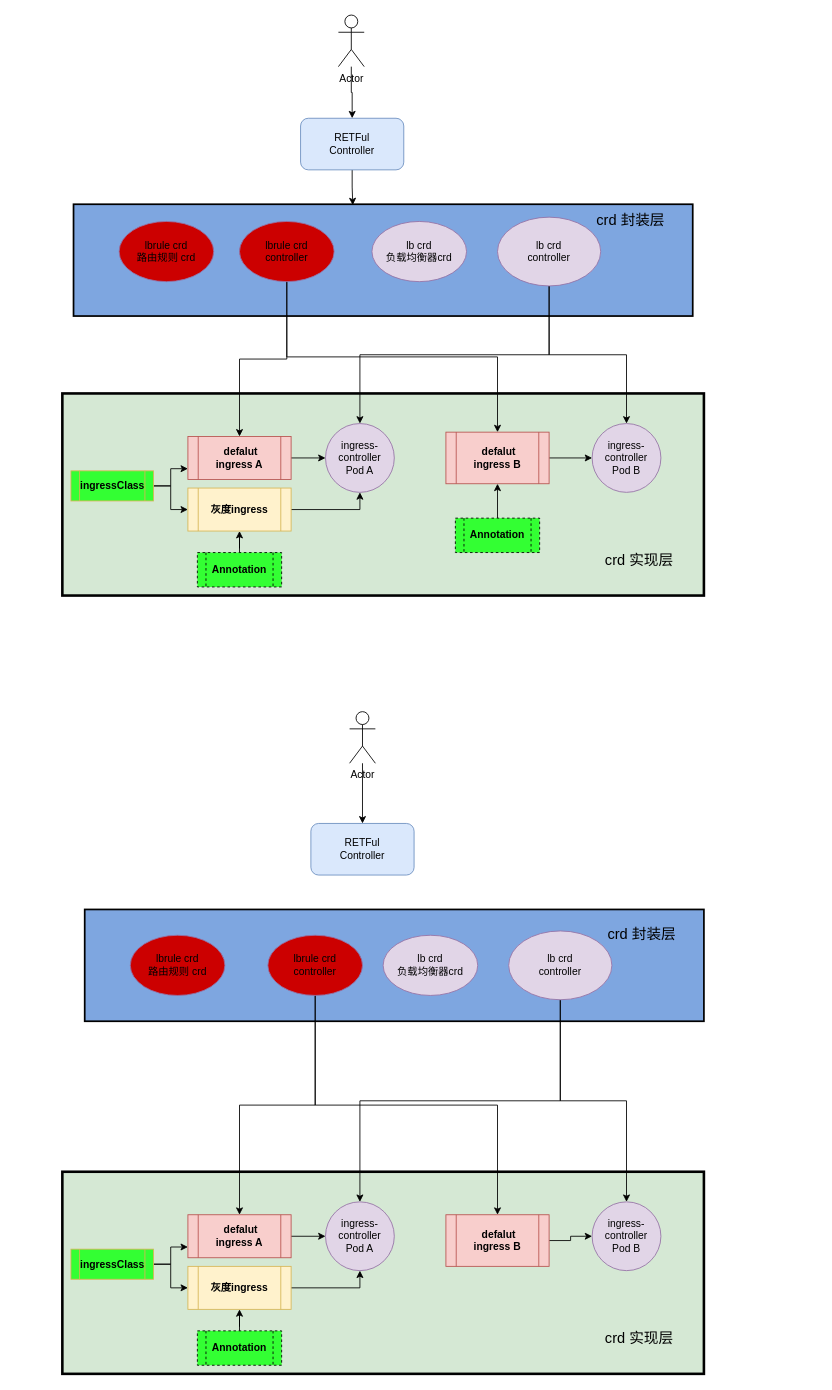
chenguoquan1024/kubespray keeps this draw.io diagram as 灰度设计架构图.drawio. Above is the earlier version. Source tidied: cells renumbered, new cells numbered last; positions are measured from the earlier drawing's top-left corner, leaving out a move shared by most shapes. Both pictures are drawn from the tidied source at 86%, with x=0, y=0 at pixel (62, 15).
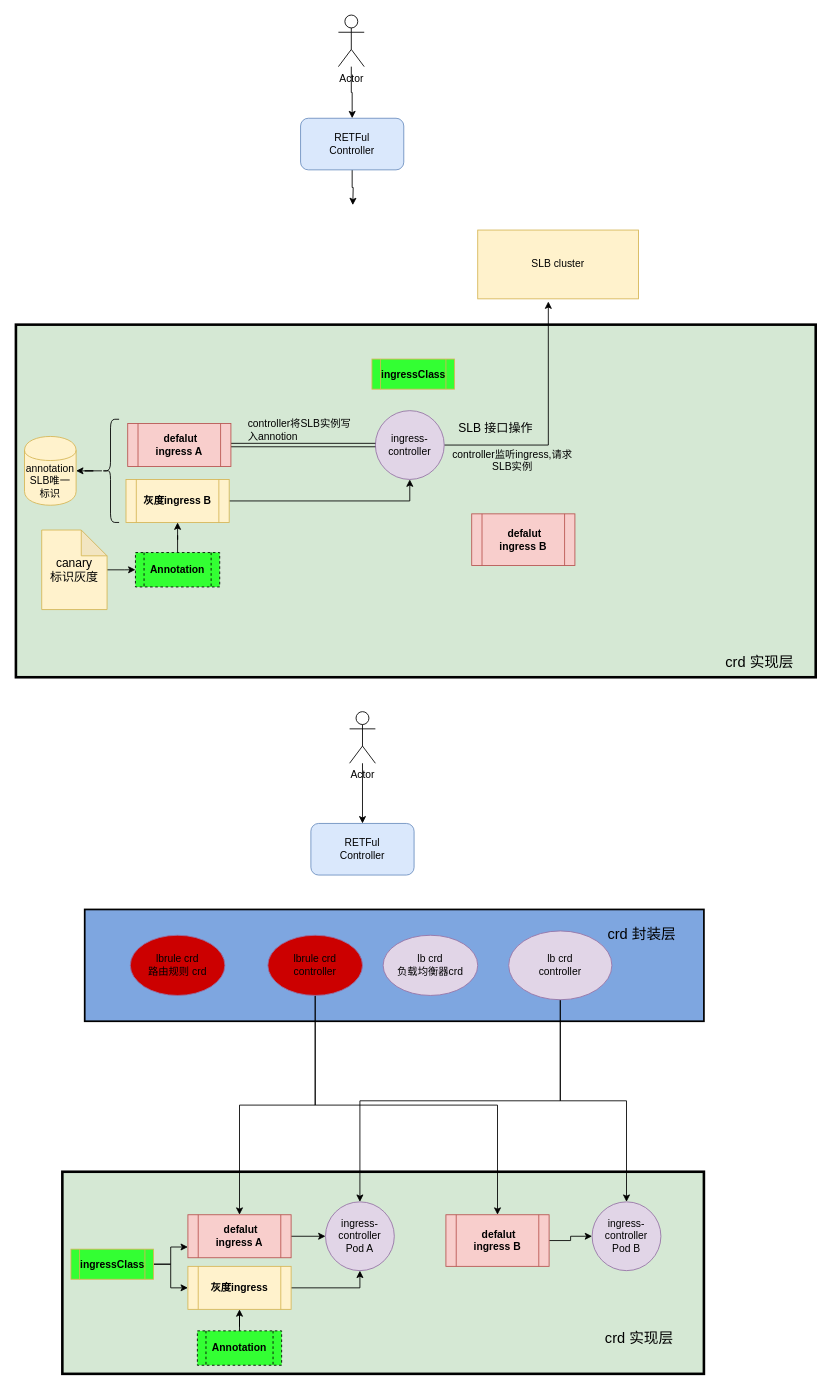
After the change.

Commit message:
Update 灰度设计架构图.drawio

The change refers to these unchanged cells:
```xml
<mxCell id="5" value="RETFul&lt;br&gt;Controller" style="rounded=1;whiteSpace=wrap;html=1;fillColor=#dae8fc;strokeColor=#6c8ebf;" parent="1" vertex="1">
  <mxGeometry x="277" y="120" width="120" height="60" as="geometry" />
</mxCell>
```

What changed in the source:
```diff
@@
     <mxCell id="2" style="rounded=0;whiteSpace=wrap;html=1;fillColor=#D5E8D4;strokeWidth=3;" parent="1" vertex="1">
-      <mxGeometry y="440" width="746" height="235" as="geometry" />
+      <mxGeometry x="-54" y="360" width="930" height="410" as="geometry" />
     </mxCell>
-    <mxCell id="3" style="rounded=0;whiteSpace=wrap;html=1;fillColor=#7EA6E0;strokeWidth=2;" parent="1" vertex="1">
-      <mxGeometry x="13" y="220" width="720" height="130" as="geometry" />
-    </mxCell>
-    <mxCell id="4" style="edgeStyle=orthogonalEdgeStyle;rounded=0;jettySize=auto;html=1;exitX=0.5;exitY=1;exitDx=0;exitDy=0;entryX=0.451;entryY=0.008;entryDx=0;entryDy=0;entryPerimeter=0;" parent="1" edge="1" source="5" target="3">
-      <mxGeometry relative="1" as="geometry" />
+    <mxCell id="4" style="edgeStyle=orthogonalEdgeStyle;rounded=0;jettySize=auto;html=1;exitX=0.5;exitY=1;exitDx=0;exitDy=0;entryX=0.451;entryY=0.008;entryDx=0;entryDy=0;entryPerimeter=0;" parent="1" edge="1" source="5">
+      <mxGeometry relative="1" as="geometry">
+        <mxPoint x="337.7" y="221" as="targetPoint" />
+      </mxGeometry>
     </mxCell>
@@
+    <mxCell id="61" style="edgeStyle=orthogonalEdgeStyle;rounded=0;jettySize=auto;html=1;exitX=1;exitY=0.5;exitDx=0;exitDy=0;entryX=0.439;entryY=1.038;entryDx=0;entryDy=0;entryPerimeter=0;" parent="1" edge="1" source="6" target="62">
+      <mxGeometry relative="1" as="geometry" />
+    </mxCell>
-    <mxCell id="6" value="ingress-controller&lt;br&gt;Pod A" style="ellipse;whiteSpace=wrap;html=1;fillColor=#e1d5e7;strokeColor=#9673a6;" parent="1" vertex="1">
-      <mxGeometry x="306" y="475" width="80" height="80" as="geometry" />
+    <mxCell id="6" value="ingress-controller" style="ellipse;whiteSpace=wrap;html=1;fillColor=#e1d5e7;strokeColor=#9673a6;" parent="1" vertex="1">
+      <mxGeometry x="364" y="460" width="80" height="80" as="geometry" />
     </mxCell>
-    <mxCell id="7" style="edgeStyle=orthogonalEdgeStyle;rounded=0;jettySize=auto;html=1;" parent="1" edge="1" source="8" target="6">
+    <mxCell id="7" style="edgeStyle=orthogonalEdgeStyle;rounded=0;jettySize=auto;html=1;shape=link;" parent="1" edge="1" source="8" target="6">
       <mxGeometry relative="1" as="geometry" />
     </mxCell>
     <mxCell id="8" value="&lt;b&gt;&amp;nbsp;defalut&lt;br&gt;ingress A&lt;/b&gt;" style="shape=process;whiteSpace=wrap;html=1;backgroundOutline=1;fillColor=#f8cecc;strokeColor=#b85450;" parent="1" vertex="1">
-      <mxGeometry x="146" y="490" width="120" height="50" as="geometry" />
+      <mxGeometry x="76" y="475" width="120" height="50" as="geometry" />
     </mxCell>
@@
-    <mxCell id="10" value="&lt;b&gt;灰度ingress&lt;/b&gt;" style="shape=process;whiteSpace=wrap;html=1;backgroundOutline=1;fillColor=#fff2cc;strokeColor=#d6b656;" parent="1" vertex="1">
-      <mxGeometry x="146" y="550" width="120" height="50" as="geometry" />
+    <mxCell id="10" value="&lt;b&gt;灰度ingress B&lt;/b&gt;" style="shape=process;whiteSpace=wrap;html=1;backgroundOutline=1;fillColor=#fff2cc;strokeColor=#d6b656;" parent="1" vertex="1">
+      <mxGeometry x="74" y="540" width="120" height="50" as="geometry" />
     </mxCell>
-    <mxCell id="11" value="lb crd&lt;br&gt;负载均衡器crd" style="ellipse;whiteSpace=wrap;html=1;fillColor=#e1d5e7;strokeColor=#9673a6;" parent="1" vertex="1">
-      <mxGeometry x="360" y="240" width="110" height="70" as="geometry" />
-    </mxCell>
@@
-    <mxCell id="14" value="ingress-controller&lt;br&gt;Pod B" style="ellipse;whiteSpace=wrap;html=1;fillColor=#e1d5e7;strokeColor=#9673a6;" parent="1" vertex="1">
-      <mxGeometry x="616" y="475" width="80" height="80" as="geometry" />
-    </mxCell>
-    <mxCell id="15" style="edgeStyle=orthogonalEdgeStyle;rounded=0;jettySize=auto;html=1;" parent="1" edge="1" source="16" target="14">
-      <mxGeometry relative="1" as="geometry" />
-    </mxCell>
     <mxCell id="16" value="&lt;b&gt;&amp;nbsp;defalut&lt;br&gt;ingress B&lt;/b&gt;" style="shape=process;whiteSpace=wrap;html=1;backgroundOutline=1;fillColor=#f8cecc;strokeColor=#b85450;" parent="1" vertex="1">
-      <mxGeometry x="446" y="485" width="120" height="60" as="geometry" />
+      <mxGeometry x="476" y="580" width="120" height="60" as="geometry" />
     </mxCell>
-    <mxCell id="17" value="&lt;font style=&quot;font-size: 17px&quot;&gt;crd 封装层&lt;/font&gt;" style="text;html=1;strokeColor=none;fillColor=none;align=center;verticalAlign=middle;whiteSpace=wrap;rounded=0;" parent="1" vertex="1">
-      <mxGeometry x="606" y="230" width="110" height="20" as="geometry" />
-    </mxCell>
     <mxCell id="18" value="&lt;font style=&quot;font-size: 17px&quot;&gt;crd 实现层&lt;/font&gt;" style="text;html=1;strokeColor=none;fillColor=none;align=center;verticalAlign=middle;whiteSpace=wrap;rounded=0;" parent="1" vertex="1">
-      <mxGeometry x="611" y="625" width="120" height="20" as="geometry" />
+      <mxGeometry x="746" y="740" width="130" height="25" as="geometry" />
     </mxCell>
-    <mxCell id="19" style="edgeStyle=orthogonalEdgeStyle;rounded=0;jettySize=auto;html=1;exitX=1;exitY=0.5;exitDx=0;exitDy=0;entryX=0;entryY=0.75;entryDx=0;entryDy=0;" parent="1" edge="1" source="21" target="8">
-      <mxGeometry relative="1" as="geometry" />
-    </mxCell>
-    <mxCell id="20" style="edgeStyle=orthogonalEdgeStyle;rounded=0;jettySize=auto;html=1;" parent="1" edge="1" source="21" target="10">
-      <mxGeometry relative="1" as="geometry" />
-    </mxCell>
-    <mxCell id="21" value="&lt;b&gt;ingressClass&lt;/b&gt;" style="shape=process;whiteSpace=wrap;html=1;backgroundOutline=1;strokeColor=#d6b656;fillColor=#33FF33;" parent="1" vertex="1">
-      <mxGeometry x="10" y="530" width="96" height="35" as="geometry" />
-    </mxCell>
@@
     <mxCell id="23" value="&lt;b&gt;Annotation&lt;/b&gt;" style="shape=process;whiteSpace=wrap;html=1;backgroundOutline=1;fillColor=#33FF33;dashed=1;" parent="1" vertex="1">
-      <mxGeometry x="157" y="625" width="98" height="40" as="geometry" />
+      <mxGeometry x="85" y="625" width="98" height="40" as="geometry" />
     </mxCell>
-    <mxCell id="24" style="edgeStyle=orthogonalEdgeStyle;rounded=0;jettySize=auto;html=1;exitX=0.5;exitY=1;exitDx=0;exitDy=0;" parent="1" edge="1" source="26" target="14">
-      <mxGeometry relative="1" as="geometry" />
-    </mxCell>
-    <mxCell id="25" style="edgeStyle=orthogonalEdgeStyle;rounded=0;jettySize=auto;html=1;exitX=0.5;exitY=1;exitDx=0;exitDy=0;" parent="1" edge="1" source="26" target="6">
-      <mxGeometry relative="1" as="geometry" />
-    </mxCell>
-    <mxCell id="26" value="lb crd&lt;br&gt;controller" style="ellipse;whiteSpace=wrap;html=1;fillColor=#e1d5e7;strokeColor=#9673a6;" parent="1" vertex="1">
-      <mxGeometry x="506" y="235" width="120" height="80" as="geometry" />
-    </mxCell>
-    <mxCell id="27" style="edgeStyle=orthogonalEdgeStyle;rounded=0;jettySize=auto;html=1;exitX=0.5;exitY=1;exitDx=0;exitDy=0;" parent="1" edge="1" source="30" target="8">
-      <mxGeometry relative="1" as="geometry" />
-    </mxCell>
-    <mxCell id="28" style="edgeStyle=orthogonalEdgeStyle;rounded=0;jettySize=auto;html=1;exitX=0.5;exitY=1;exitDx=0;exitDy=0;" parent="1" edge="1" source="30" target="16">
-      <mxGeometry relative="1" as="geometry" />
-    </mxCell>
-    <mxCell id="29" value="lbrule crd&lt;br&gt;路由规则 crd" style="ellipse;whiteSpace=wrap;html=1;strokeColor=#9673a6;fillColor=#CC0000;" parent="1" vertex="1">
-      <mxGeometry x="66" y="240" width="110" height="70" as="geometry" />
-    </mxCell>
-    <mxCell id="30" value="lbrule crd&lt;br&gt;controller" style="ellipse;whiteSpace=wrap;html=1;strokeColor=#9673a6;fillColor=#CC0000;" parent="1" vertex="1">
-      <mxGeometry x="206" y="240" width="110" height="70" as="geometry" />
-    </mxCell>
@@
-    <mxCell id="59" style="edgeStyle=orthogonalEdgeStyle;rounded=0;jettySize=auto;html=1;entryX=0.5;entryY=1;entryDx=0;entryDy=0;" parent="1" edge="1" source="60" target="16">
-      <mxGeometry relative="1" as="geometry" />
-    </mxCell>
-    <mxCell id="60" value="&lt;b&gt;Annotation&lt;/b&gt;" style="shape=process;whiteSpace=wrap;html=1;backgroundOutline=1;fillColor=#33FF33;dashed=1;" parent="1" vertex="1">
-      <mxGeometry x="457" y="585" width="98" height="40" as="geometry" />
-    </mxCell>
+    <mxCell id="21" value="&lt;b&gt;ingressClass&lt;/b&gt;" style="shape=process;whiteSpace=wrap;html=1;backgroundOutline=1;strokeColor=#d6b656;fillColor=#33FF33;" parent="1" vertex="1">
+      <mxGeometry x="360" y="400" width="96" height="35" as="geometry" />
+    </mxCell>
+    <mxCell id="62" value="SLB cluster" style="rounded=0;whiteSpace=wrap;html=1;fillColor=#fff2cc;strokeColor=#d6b656;" parent="1" vertex="1">
+      <mxGeometry x="483" y="250" width="187" height="80" as="geometry" />
+    </mxCell>
+    <mxCell id="63" value="&lt;font style=&quot;font-size: 14px&quot;&gt;SLB 接口操作&lt;/font&gt;" style="text;html=1;strokeColor=none;fillColor=none;align=center;verticalAlign=middle;whiteSpace=wrap;rounded=0;" parent="1" vertex="1">
+      <mxGeometry x="444" y="470" width="120" height="20" as="geometry" />
+    </mxCell>
+    <mxCell id="64" style="edgeStyle=orthogonalEdgeStyle;rounded=0;jettySize=auto;html=1;entryX=0;entryY=0.5;entryDx=0;entryDy=0;" parent="1" edge="1" source="65" target="23">
+      <mxGeometry relative="1" as="geometry" />
+    </mxCell>
+    <mxCell id="65" value="&lt;span lang=&quot;EN-US&quot; style=&quot;font-size: 10.5pt&quot;&gt;canary&lt;br&gt;标识灰度&lt;br&gt;&lt;/span&gt;" style="shape=note;whiteSpace=wrap;html=1;backgroundOutline=1;darkOpacity=0.05;strokeColor=#d6b656;fillColor=#fff2cc;" parent="1" vertex="1">
+      <mxGeometry x="-24" y="598.8" width="76" height="92.5" as="geometry" />
+    </mxCell>
+    <mxCell id="66" style="edgeStyle=orthogonalEdgeStyle;rounded=0;jettySize=auto;html=1;" parent="1" edge="1" source="67" target="70">
+      <mxGeometry relative="1" as="geometry" />
+    </mxCell>
+    <mxCell id="67" style="shape=curlyBracket;whiteSpace=wrap;html=1;rounded=1;fillColor=#33FF33;" parent="1" vertex="1">
+      <mxGeometry x="46" y="470" width="20" height="120" as="geometry" />
+    </mxCell>
+    <mxCell id="68" value="controller监听ingress,请求SLB实例" style="text;html=1;strokeColor=none;fillColor=none;align=center;verticalAlign=middle;whiteSpace=wrap;rounded=0;" parent="1" vertex="1">
+      <mxGeometry x="444" y="510" width="159" height="15" as="geometry" />
+    </mxCell>
+    <mxCell id="69" value="controller将SLB实例写入annotion" style="text;html=1;strokeColor=none;fillColor=none;align=left;verticalAlign=middle;whiteSpace=wrap;rounded=0;" parent="1" vertex="1">
+      <mxGeometry x="214" y="475" width="132" height="15" as="geometry" />
+    </mxCell>
+    <mxCell id="70" value="annotation&lt;br&gt;SLB唯一标识" style="shape=cylinder;whiteSpace=wrap;html=1;boundedLbl=1;backgroundOutline=1;rounded=1;fillColor=#fff2cc;strokeColor=#d6b656;" parent="1" vertex="1">
+      <mxGeometry x="-44" y="490" width="60" height="80" as="geometry" />
+    </mxCell>
```
